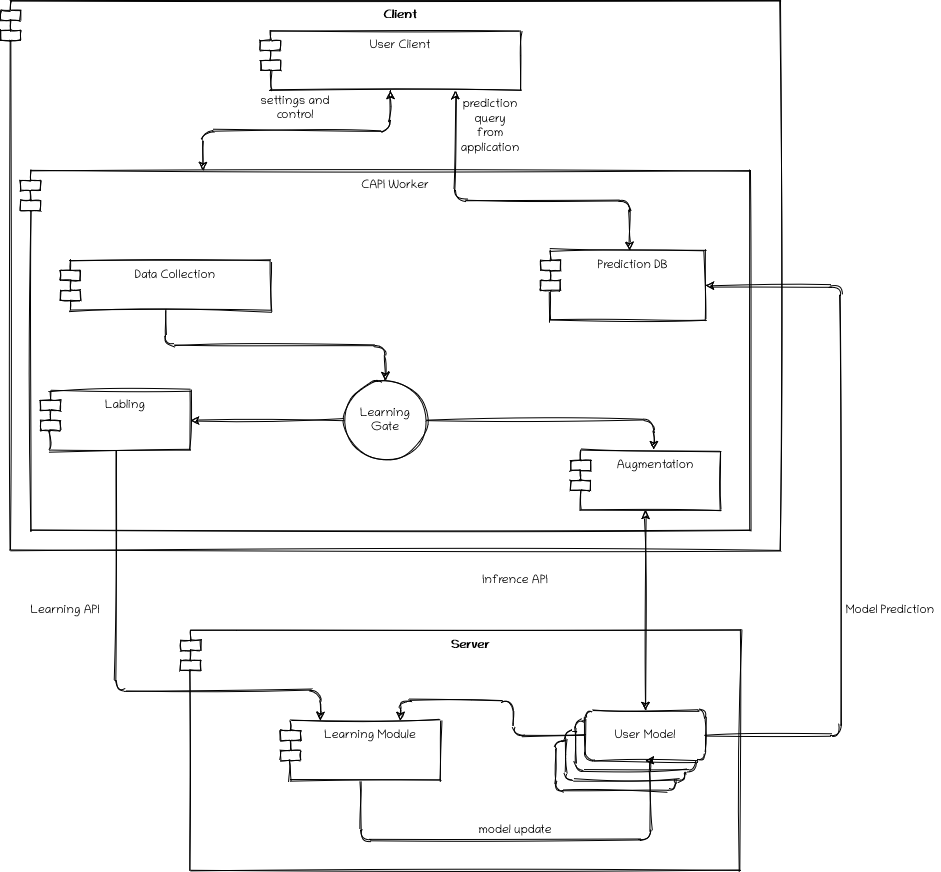
Above: doc/diagrams/platform_architecture.png in capi-bgu/oratio (draw.io), before the change. Source tidied: cells renumbered, new cells last; positions are measured from the earlier drawing's top-left corner, leaving out a move shared by most shapes.
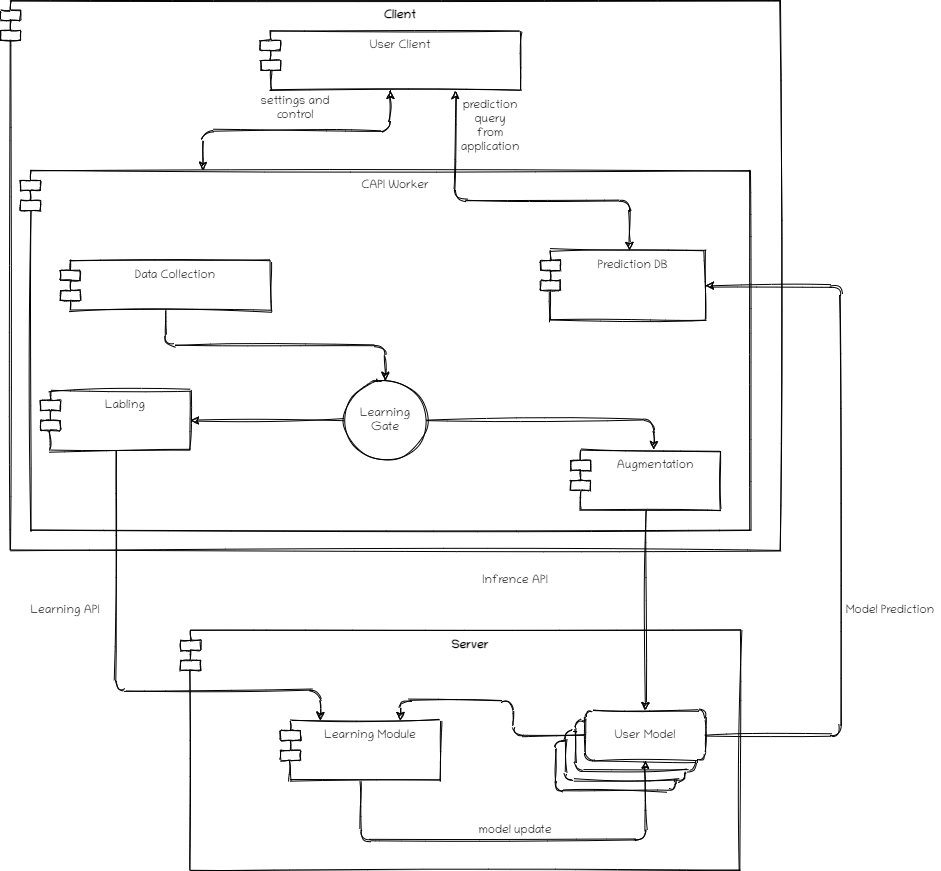
After the change.

Commit message:
fixed grammer in project overview

What changed in the source:
```diff
@@ -2,19 +2,19 @@
   <root>
     <mxCell id="0" />
     <mxCell id="1" parent="0" />
-    <mxCell id="2" value="Client" style="shape=module;align=left;spacingLeft=20;align=center;verticalAlign=top;fontStyle=1;rounded=1;sketch=1;fontFamily=Chilanka;fontSource=https%3A%2F%2Ffonts.googleapis.com%2Fcss%3Ffamily%3DChilanka;" parent="1" vertex="1">
+    <mxCell id="2" value="Client" style="shape=module;align=left;spacingLeft=20;align=center;verticalAlign=top;fontStyle=1;fontFamily=Chilanka;fontSource=https%3A%2F%2Ffonts.googleapis.com%2Fcss%3Ffamily%3DChilanka;rounded=1;sketch=1;" parent="1" vertex="1">
       <mxGeometry width="780" height="550" as="geometry" />
     </mxCell>
-    <mxCell id="3" value="CAPI Worker" style="shape=module;align=left;spacingLeft=20;align=center;verticalAlign=top;rounded=1;sketch=1;fontFamily=Chilanka;fontSource=https%3A%2F%2Ffonts.googleapis.com%2Fcss%3Ffamily%3DChilanka;" parent="1" vertex="1">
+    <mxCell id="3" value="CAPI Worker" style="shape=module;align=left;spacingLeft=20;align=center;verticalAlign=top;fontFamily=Chilanka;fontSource=https%3A%2F%2Ffonts.googleapis.com%2Fcss%3Ffamily%3DChilanka;rounded=1;sketch=1;" parent="1" vertex="1">
       <mxGeometry x="20" y="170" width="730" height="360" as="geometry" />
     </mxCell>
-    <mxCell id="4" value="Server" style="shape=module;align=left;spacingLeft=20;align=center;verticalAlign=top;fontStyle=1;rounded=1;sketch=1;fontFamily=Chilanka;fontSource=https%3A%2F%2Ffonts.googleapis.com%2Fcss%3Ffamily%3DChilanka;" parent="1" vertex="1">
+    <mxCell id="4" value="Server" style="shape=module;align=left;spacingLeft=20;align=center;verticalAlign=top;fontStyle=1;fontFamily=Chilanka;fontSource=https%3A%2F%2Ffonts.googleapis.com%2Fcss%3Ffamily%3DChilanka;rounded=1;sketch=1;" parent="1" vertex="1">
       <mxGeometry x="180" y="630" width="560" height="240" as="geometry" />
     </mxCell>
-    <mxCell id="5" style="edgeStyle=orthogonalEdgeStyle;jettySize=auto;html=1;exitX=0.5;exitY=1;exitDx=0;exitDy=0;entryX=0.25;entryY=0;entryDx=0;entryDy=0;startArrow=classic;startFill=1;sketch=1;fontFamily=Chilanka;fontSource=https%3A%2F%2Ffonts.googleapis.com%2Fcss%3Ffamily%3DChilanka;" parent="1" edge="1" source="7" target="3">
+    <mxCell id="5" style="edgeStyle=orthogonalEdgeStyle;jettySize=auto;html=1;exitX=0.5;exitY=1;exitDx=0;exitDy=0;entryX=0.25;entryY=0;entryDx=0;entryDy=0;startArrow=classic;startFill=1;fontFamily=Chilanka;fontSource=https%3A%2F%2Ffonts.googleapis.com%2Fcss%3Ffamily%3DChilanka;sketch=1;" parent="1" edge="1" source="7" target="3">
       <mxGeometry relative="1" as="geometry" />
     </mxCell>
-    <mxCell id="6" style="edgeStyle=orthogonalEdgeStyle;jettySize=auto;html=1;exitX=0.75;exitY=1;exitDx=0;exitDy=0;entryX=0.54;entryY=-0.002;entryDx=0;entryDy=0;entryPerimeter=0;startArrow=classic;startFill=1;sketch=1;fontFamily=Chilanka;fontSource=https%3A%2F%2Ffonts.googleapis.com%2Fcss%3Ffamily%3DChilanka;" parent="1" edge="1" source="7" target="21">
+    <mxCell id="6" style="edgeStyle=orthogonalEdgeStyle;jettySize=auto;html=1;exitX=0.75;exitY=1;exitDx=0;exitDy=0;entryX=0.54;entryY=-0.002;entryDx=0;entryDy=0;entryPerimeter=0;startArrow=classic;startFill=1;fontFamily=Chilanka;fontSource=https%3A%2F%2Ffonts.googleapis.com%2Fcss%3Ffamily%3DChilanka;sketch=1;" parent="1" edge="1" source="7" target="21">
       <mxGeometry relative="1" as="geometry">
         <Array as="points">
           <mxPoint x="455" y="200" />
@@ -22,16 +22,16 @@
         </Array>
       </mxGeometry>
     </mxCell>
-    <mxCell id="7" value="User Client" style="shape=module;align=left;spacingLeft=20;align=center;verticalAlign=top;rounded=1;sketch=1;fontFamily=Chilanka;fontSource=https%3A%2F%2Ffonts.googleapis.com%2Fcss%3Ffamily%3DChilanka;" parent="1" vertex="1">
+    <mxCell id="7" value="User Client" style="shape=module;align=left;spacingLeft=20;align=center;verticalAlign=top;fontFamily=Chilanka;fontSource=https%3A%2F%2Ffonts.googleapis.com%2Fcss%3Ffamily%3DChilanka;rounded=1;sketch=1;" parent="1" vertex="1">
       <mxGeometry x="260" y="30" width="260" height="60" as="geometry" />
     </mxCell>
-    <mxCell id="8" value="Infrence API" style="text;html=1;strokeColor=none;fillColor=none;align=center;verticalAlign=middle;whiteSpace=wrap;rounded=1;sketch=1;fontFamily=Chilanka;fontSource=https%3A%2F%2Ffonts.googleapis.com%2Fcss%3Ffamily%3DChilanka;" parent="1" vertex="1">
+    <mxCell id="8" value="Infrence API" style="text;html=1;strokeColor=none;fillColor=none;align=center;verticalAlign=middle;whiteSpace=wrap;fontFamily=Chilanka;fontSource=https%3A%2F%2Ffonts.googleapis.com%2Fcss%3Ffamily%3DChilanka;rounded=1;sketch=1;" parent="1" vertex="1">
       <mxGeometry x="470" y="570" width="90" height="20" as="geometry" />
     </mxCell>
-    <mxCell id="9" value="Data Collection" style="shape=module;align=left;spacingLeft=20;align=center;verticalAlign=top;rounded=1;sketch=1;fontFamily=Chilanka;fontSource=https%3A%2F%2Ffonts.googleapis.com%2Fcss%3Ffamily%3DChilanka;" parent="1" vertex="1">
+    <mxCell id="9" value="Data Collection" style="shape=module;align=left;spacingLeft=20;align=center;verticalAlign=top;fontFamily=Chilanka;fontSource=https%3A%2F%2Ffonts.googleapis.com%2Fcss%3Ffamily%3DChilanka;rounded=1;sketch=1;" parent="1" vertex="1">
       <mxGeometry x="60" y="260" width="210" height="50" as="geometry" />
     </mxCell>
-    <mxCell id="10" style="edgeStyle=orthogonalEdgeStyle;jettySize=auto;html=1;exitX=0.5;exitY=1;exitDx=0;exitDy=0;sketch=1;fontFamily=Chilanka;fontSource=https%3A%2F%2Ffonts.googleapis.com%2Fcss%3Ffamily%3DChilanka;entryX=0.25;entryY=0;entryDx=0;entryDy=0;" parent="1" edge="1" source="11" target="28">
+    <mxCell id="10" style="edgeStyle=orthogonalEdgeStyle;jettySize=auto;html=1;exitX=0.5;exitY=1;exitDx=0;exitDy=0;fontFamily=Chilanka;fontSource=https%3A%2F%2Ffonts.googleapis.com%2Fcss%3Ffamily%3DChilanka;entryX=0.25;entryY=0;entryDx=0;entryDy=0;sketch=1;" parent="1" edge="1" source="11" target="28">
       <mxGeometry relative="1" as="geometry">
         <Array as="points">
           <mxPoint x="115" y="690" />
@@ -39,72 +39,72 @@
         </Array>
       </mxGeometry>
     </mxCell>
-    <mxCell id="11" value="Labling" style="shape=module;align=left;spacingLeft=20;align=center;verticalAlign=top;rounded=1;sketch=1;fontFamily=Chilanka;fontSource=https%3A%2F%2Ffonts.googleapis.com%2Fcss%3Ffamily%3DChilanka;" parent="1" vertex="1">
+    <mxCell id="11" value="Labling" style="shape=module;align=left;spacingLeft=20;align=center;verticalAlign=top;fontFamily=Chilanka;fontSource=https%3A%2F%2Ffonts.googleapis.com%2Fcss%3Ffamily%3DChilanka;rounded=1;sketch=1;" parent="1" vertex="1">
       <mxGeometry x="40" y="390" width="150" height="60" as="geometry" />
     </mxCell>
-    <mxCell id="12" style="edgeStyle=orthogonalEdgeStyle;rounded=0;sketch=1;jettySize=auto;html=1;exitX=0.5;exitY=1;exitDx=0;exitDy=0;entryX=0.5;entryY=0;entryDx=0;entryDy=0;startArrow=classic;startFill=1;fontFamily=Chilanka;fontSource=https%3A%2F%2Ffonts.googleapis.com%2Fcss%3Ffamily%3DChilanka;" parent="1" edge="1" source="13" target="26">
+    <mxCell id="12" style="edgeStyle=orthogonalEdgeStyle;jettySize=auto;html=1;exitX=0.5;exitY=1;exitDx=0;exitDy=0;entryX=0.5;entryY=0;entryDx=0;entryDy=0;startArrow=none;startFill=0;endArrow=classic;endFill=1;sketch=1;" parent="1" edge="1" source="13" target="26">
       <mxGeometry relative="1" as="geometry" />
     </mxCell>
-    <mxCell id="13" value="Augmentation" style="shape=module;align=left;spacingLeft=20;align=center;verticalAlign=top;rounded=1;sketch=1;fontFamily=Chilanka;fontSource=https%3A%2F%2Ffonts.googleapis.com%2Fcss%3Ffamily%3DChilanka;" parent="1" vertex="1">
+    <mxCell id="13" value="Augmentation" style="shape=module;align=left;spacingLeft=20;align=center;verticalAlign=top;fontFamily=Chilanka;fontSource=https%3A%2F%2Ffonts.googleapis.com%2Fcss%3Ffamily%3DChilanka;rounded=1;sketch=1;" parent="1" vertex="1">
       <mxGeometry x="570" y="450" width="150" height="60" as="geometry" />
     </mxCell>
-    <mxCell id="14" value="Learning API" style="text;html=1;strokeColor=none;fillColor=none;align=center;verticalAlign=middle;whiteSpace=wrap;rounded=1;sketch=1;fontFamily=Chilanka;fontSource=https%3A%2F%2Ffonts.googleapis.com%2Fcss%3Ffamily%3DChilanka;" parent="1" vertex="1">
+    <mxCell id="14" value="Learning API" style="text;html=1;strokeColor=none;fillColor=none;align=center;verticalAlign=middle;whiteSpace=wrap;fontFamily=Chilanka;fontSource=https%3A%2F%2Ffonts.googleapis.com%2Fcss%3Ffamily%3DChilanka;rounded=1;sketch=1;" parent="1" vertex="1">
       <mxGeometry x="20" y="600" width="90" height="20" as="geometry" />
     </mxCell>
-    <mxCell id="15" style="edgeStyle=orthogonalEdgeStyle;jettySize=auto;html=1;exitX=0;exitY=0.5;exitDx=0;exitDy=0;sketch=1;fontFamily=Chilanka;fontSource=https%3A%2F%2Ffonts.googleapis.com%2Fcss%3Ffamily%3DChilanka;" parent="1" edge="1" source="17" target="11">
+    <mxCell id="15" style="edgeStyle=orthogonalEdgeStyle;jettySize=auto;html=1;exitX=0;exitY=0.5;exitDx=0;exitDy=0;fontFamily=Chilanka;fontSource=https%3A%2F%2Ffonts.googleapis.com%2Fcss%3Ffamily%3DChilanka;sketch=1;" parent="1" edge="1" source="17" target="11">
       <mxGeometry relative="1" as="geometry" />
     </mxCell>
-    <mxCell id="16" style="edgeStyle=orthogonalEdgeStyle;jettySize=auto;html=1;exitX=1;exitY=0.5;exitDx=0;exitDy=0;entryX=0.556;entryY=-0.016;entryDx=0;entryDy=0;entryPerimeter=0;sketch=1;fontFamily=Chilanka;fontSource=https%3A%2F%2Ffonts.googleapis.com%2Fcss%3Ffamily%3DChilanka;" parent="1" edge="1" source="17" target="13">
+    <mxCell id="16" style="edgeStyle=orthogonalEdgeStyle;jettySize=auto;html=1;exitX=1;exitY=0.5;exitDx=0;exitDy=0;entryX=0.556;entryY=-0.016;entryDx=0;entryDy=0;entryPerimeter=0;fontFamily=Chilanka;fontSource=https%3A%2F%2Ffonts.googleapis.com%2Fcss%3Ffamily%3DChilanka;sketch=1;" parent="1" edge="1" source="17" target="13">
       <mxGeometry relative="1" as="geometry" />
     </mxCell>
-    <mxCell id="17" style="ellipse;whiteSpace=wrap;html=1;rounded=1;sketch=1;fontFamily=Chilanka;fontSource=https%3A%2F%2Ffonts.googleapis.com%2Fcss%3Ffamily%3DChilanka;" parent="1" vertex="1">
+    <mxCell id="17" style="ellipse;whiteSpace=wrap;html=1;fontFamily=Chilanka;fontSource=https%3A%2F%2Ffonts.googleapis.com%2Fcss%3Ffamily%3DChilanka;rounded=1;sketch=1;" parent="1" vertex="1">
       <mxGeometry x="345" y="380" width="80" height="80" as="geometry" />
     </mxCell>
-    <mxCell id="18" style="edgeStyle=orthogonalEdgeStyle;jettySize=auto;html=1;exitX=0.5;exitY=1;exitDx=0;exitDy=0;entryX=0.5;entryY=0;entryDx=0;entryDy=0;sketch=1;fontFamily=Chilanka;fontSource=https%3A%2F%2Ffonts.googleapis.com%2Fcss%3Ffamily%3DChilanka;" parent="1" edge="1" source="9" target="17">
+    <mxCell id="18" style="edgeStyle=orthogonalEdgeStyle;jettySize=auto;html=1;exitX=0.5;exitY=1;exitDx=0;exitDy=0;entryX=0.5;entryY=0;entryDx=0;entryDy=0;fontFamily=Chilanka;fontSource=https%3A%2F%2Ffonts.googleapis.com%2Fcss%3Ffamily%3DChilanka;sketch=1;" parent="1" edge="1" source="9" target="17">
       <mxGeometry relative="1" as="geometry" />
     </mxCell>
-    <mxCell id="19" value="Learning Gate" style="text;html=1;strokeColor=none;fillColor=none;align=center;verticalAlign=middle;whiteSpace=wrap;rounded=1;sketch=1;fontFamily=Chilanka;fontSource=https%3A%2F%2Ffonts.googleapis.com%2Fcss%3Ffamily%3DChilanka;" parent="1" vertex="1">
+    <mxCell id="19" value="Learning Gate" style="text;html=1;strokeColor=none;fillColor=none;align=center;verticalAlign=middle;whiteSpace=wrap;fontFamily=Chilanka;fontSource=https%3A%2F%2Ffonts.googleapis.com%2Fcss%3Ffamily%3DChilanka;rounded=1;sketch=1;" parent="1" vertex="1">
       <mxGeometry x="365" y="410" width="40" height="20" as="geometry" />
     </mxCell>
-    <mxCell id="20" style="edgeStyle=orthogonalEdgeStyle;orthogonalLoop=1;jettySize=auto;html=1;exitX=0.5;exitY=1;exitDx=0;exitDy=0;sketch=1;fontFamily=Chilanka;fontSource=https%3A%2F%2Ffonts.googleapis.com%2Fcss%3Ffamily%3DChilanka;" parent="1" edge="1" source="7" target="7">
+    <mxCell id="20" style="edgeStyle=orthogonalEdgeStyle;orthogonalLoop=1;jettySize=auto;html=1;exitX=0.5;exitY=1;exitDx=0;exitDy=0;fontFamily=Chilanka;fontSource=https%3A%2F%2Ffonts.googleapis.com%2Fcss%3Ffamily%3DChilanka;sketch=1;" parent="1" edge="1" source="7" target="7">
       <mxGeometry relative="1" as="geometry" />
     </mxCell>
-    <mxCell id="21" value="Prediction DB" style="shape=module;align=left;spacingLeft=20;align=center;verticalAlign=top;rounded=1;sketch=1;fontFamily=Chilanka;fontSource=https%3A%2F%2Ffonts.googleapis.com%2Fcss%3Ffamily%3DChilanka;" parent="1" vertex="1">
+    <mxCell id="21" value="Prediction DB" style="shape=module;align=left;spacingLeft=20;align=center;verticalAlign=top;fontFamily=Chilanka;fontSource=https%3A%2F%2Ffonts.googleapis.com%2Fcss%3Ffamily%3DChilanka;rounded=1;sketch=1;" parent="1" vertex="1">
       <mxGeometry x="540" y="250" width="165" height="70" as="geometry" />
     </mxCell>
-    <mxCell id="22" style="group;rounded=1;sketch=1;fontFamily=Chilanka;fontSource=https%3A%2F%2Ffonts.googleapis.com%2Fcss%3Ffamily%3DChilanka;" parent="1" vertex="1">
+    <mxCell id="22" style="group;fontFamily=Chilanka;fontSource=https%3A%2F%2Ffonts.googleapis.com%2Fcss%3Ffamily%3DChilanka;rounded=1;sketch=1;" parent="1" vertex="1">
       <mxGeometry x="555" y="710" width="150" height="80" as="geometry" />
     </mxCell>
-    <mxCell id="23" style="whiteSpace=wrap;html=1;rounded=1;sketch=1;fontFamily=Chilanka;fontSource=https%3A%2F%2Ffonts.googleapis.com%2Fcss%3Ffamily%3DChilanka;" parent="22" vertex="1">
+    <mxCell id="23" style="whiteSpace=wrap;html=1;fontFamily=Chilanka;fontSource=https%3A%2F%2Ffonts.googleapis.com%2Fcss%3Ffamily%3DChilanka;rounded=1;sketch=1;" parent="22" vertex="1">
       <mxGeometry y="30" width="120" height="50" as="geometry" />
     </mxCell>
-    <mxCell id="24" style="whiteSpace=wrap;html=1;rounded=1;sketch=1;fontFamily=Chilanka;fontSource=https%3A%2F%2Ffonts.googleapis.com%2Fcss%3Ffamily%3DChilanka;" parent="22" vertex="1">
+    <mxCell id="24" style="whiteSpace=wrap;html=1;fontFamily=Chilanka;fontSource=https%3A%2F%2Ffonts.googleapis.com%2Fcss%3Ffamily%3DChilanka;rounded=1;sketch=1;" parent="22" vertex="1">
       <mxGeometry x="10" y="20" width="120" height="50" as="geometry" />
     </mxCell>
-    <mxCell id="25" style="whiteSpace=wrap;html=1;rounded=1;sketch=1;fontFamily=Chilanka;fontSource=https%3A%2F%2Ffonts.googleapis.com%2Fcss%3Ffamily%3DChilanka;" parent="22" vertex="1">
+    <mxCell id="25" style="whiteSpace=wrap;html=1;fontFamily=Chilanka;fontSource=https%3A%2F%2Ffonts.googleapis.com%2Fcss%3Ffamily%3DChilanka;rounded=1;sketch=1;" parent="22" vertex="1">
       <mxGeometry x="20" y="10" width="120" height="50" as="geometry" />
     </mxCell>
-    <mxCell id="26" value="User Model" style="whiteSpace=wrap;html=1;rounded=1;sketch=1;fontFamily=Chilanka;fontSource=https%3A%2F%2Ffonts.googleapis.com%2Fcss%3Ffamily%3DChilanka;" parent="22" vertex="1">
+    <mxCell id="26" value="User Model" style="whiteSpace=wrap;html=1;fontFamily=Chilanka;fontSource=https%3A%2F%2Ffonts.googleapis.com%2Fcss%3Ffamily%3DChilanka;rounded=1;sketch=1;" parent="22" vertex="1">
       <mxGeometry x="30" width="120" height="50" as="geometry" />
     </mxCell>
-    <mxCell id="27" style="edgeStyle=orthogonalEdgeStyle;jettySize=auto;html=1;exitX=0.5;exitY=1;exitDx=0;exitDy=0;entryX=0.5;entryY=1;entryDx=0;entryDy=0;sketch=1;fontFamily=Chilanka;fontSource=https%3A%2F%2Ffonts.googleapis.com%2Fcss%3Ffamily%3DChilanka;" parent="1" edge="1" source="28" target="26">
+    <mxCell id="27" style="edgeStyle=orthogonalEdgeStyle;jettySize=auto;html=1;exitX=0.5;exitY=1;exitDx=0;exitDy=0;entryX=0.5;entryY=1;entryDx=0;entryDy=0;fontFamily=Chilanka;fontSource=https%3A%2F%2Ffonts.googleapis.com%2Fcss%3Ffamily%3DChilanka;sketch=1;" parent="1" edge="1" source="28" target="26">
       <mxGeometry relative="1" as="geometry">
         <Array as="points">
           <mxPoint x="360" y="840" />
-          <mxPoint x="650" y="840" />
+          <mxPoint x="645" y="840" />
         </Array>
       </mxGeometry>
     </mxCell>
-    <mxCell id="28" value="Learning Module" style="shape=module;align=left;spacingLeft=20;align=center;verticalAlign=top;rounded=1;sketch=1;fontFamily=Chilanka;fontSource=https%3A%2F%2Ffonts.googleapis.com%2Fcss%3Ffamily%3DChilanka;" parent="1" vertex="1">
+    <mxCell id="28" value="Learning Module" style="shape=module;align=left;spacingLeft=20;align=center;verticalAlign=top;fontFamily=Chilanka;fontSource=https%3A%2F%2Ffonts.googleapis.com%2Fcss%3Ffamily%3DChilanka;rounded=1;sketch=1;" parent="1" vertex="1">
       <mxGeometry x="280" y="720" width="160" height="60" as="geometry" />
     </mxCell>
-    <mxCell id="29" style="edgeStyle=orthogonalEdgeStyle;jettySize=auto;html=1;exitX=0;exitY=0.5;exitDx=0;exitDy=0;entryX=0.75;entryY=0;entryDx=0;entryDy=0;sketch=1;fontFamily=Chilanka;fontSource=https%3A%2F%2Ffonts.googleapis.com%2Fcss%3Ffamily%3DChilanka;" parent="1" edge="1" source="26" target="28">
+    <mxCell id="29" style="edgeStyle=orthogonalEdgeStyle;jettySize=auto;html=1;exitX=0;exitY=0.5;exitDx=0;exitDy=0;entryX=0.75;entryY=0;entryDx=0;entryDy=0;fontFamily=Chilanka;fontSource=https%3A%2F%2Ffonts.googleapis.com%2Fcss%3Ffamily%3DChilanka;sketch=1;" parent="1" edge="1" source="26" target="28">
       <mxGeometry relative="1" as="geometry" />
     </mxCell>
-    <mxCell id="30" value="model update" style="text;html=1;strokeColor=none;fillColor=none;align=center;verticalAlign=middle;whiteSpace=wrap;rounded=1;sketch=1;fontFamily=Chilanka;fontSource=https%3A%2F%2Ffonts.googleapis.com%2Fcss%3Ffamily%3DChilanka;" parent="1" vertex="1">
+    <mxCell id="30" value="model update" style="text;html=1;strokeColor=none;fillColor=none;align=center;verticalAlign=middle;whiteSpace=wrap;fontFamily=Chilanka;fontSource=https%3A%2F%2Ffonts.googleapis.com%2Fcss%3Ffamily%3DChilanka;rounded=1;sketch=1;" parent="1" vertex="1">
       <mxGeometry x="475" y="820" width="80" height="20" as="geometry" />
     </mxCell>
-    <mxCell id="31" style="edgeStyle=orthogonalEdgeStyle;jettySize=auto;html=1;entryX=1;entryY=0.5;entryDx=0;entryDy=0;sketch=1;fontFamily=Chilanka;fontSource=https%3A%2F%2Ffonts.googleapis.com%2Fcss%3Ffamily%3DChilanka;" parent="1" edge="1" source="26" target="21">
+    <mxCell id="31" style="edgeStyle=orthogonalEdgeStyle;jettySize=auto;html=1;entryX=1;entryY=0.5;entryDx=0;entryDy=0;fontFamily=Chilanka;fontSource=https%3A%2F%2Ffonts.googleapis.com%2Fcss%3Ffamily%3DChilanka;sketch=1;" parent="1" edge="1" source="26" target="21">
       <mxGeometry relative="1" as="geometry">
         <Array as="points">
           <mxPoint x="840" y="735" />
@@ -112,13 +112,13 @@
         </Array>
       </mxGeometry>
     </mxCell>
-    <mxCell id="32" value="Model Prediction" style="text;html=1;strokeColor=none;fillColor=none;align=center;verticalAlign=middle;whiteSpace=wrap;rounded=1;sketch=1;fontFamily=Chilanka;fontSource=https%3A%2F%2Ffonts.googleapis.com%2Fcss%3Ffamily%3DChilanka;" parent="1" vertex="1">
+    <mxCell id="32" value="Model Prediction" style="text;html=1;strokeColor=none;fillColor=none;align=center;verticalAlign=middle;whiteSpace=wrap;fontFamily=Chilanka;fontSource=https%3A%2F%2Ffonts.googleapis.com%2Fcss%3Ffamily%3DChilanka;rounded=1;sketch=1;" parent="1" vertex="1">
       <mxGeometry x="840" y="600" width="100" height="20" as="geometry" />
     </mxCell>
-    <mxCell id="33" value="settings and control" style="text;html=1;strokeColor=none;fillColor=none;align=center;verticalAlign=middle;whiteSpace=wrap;rounded=1;sketch=1;fontFamily=Chilanka;fontSource=https%3A%2F%2Ffonts.googleapis.com%2Fcss%3Ffamily%3DChilanka;" parent="1" vertex="1">
+    <mxCell id="33" value="settings and control" style="text;html=1;strokeColor=none;fillColor=none;align=center;verticalAlign=middle;whiteSpace=wrap;fontFamily=Chilanka;fontSource=https%3A%2F%2Ffonts.googleapis.com%2Fcss%3Ffamily%3DChilanka;rounded=1;sketch=1;" parent="1" vertex="1">
       <mxGeometry x="240" y="98" width="110" height="20" as="geometry" />
     </mxCell>
-    <mxCell id="34" value="prediction query from application" style="text;html=1;strokeColor=none;fillColor=none;align=center;verticalAlign=middle;whiteSpace=wrap;rounded=1;sketch=1;fontFamily=Chilanka;fontSource=https%3A%2F%2Ffonts.googleapis.com%2Fcss%3Ffamily%3DChilanka;" parent="1" vertex="1">
+    <mxCell id="34" value="prediction query from application" style="text;html=1;strokeColor=none;fillColor=none;align=center;verticalAlign=middle;whiteSpace=wrap;fontFamily=Chilanka;fontSource=https%3A%2F%2Ffonts.googleapis.com%2Fcss%3Ffamily%3DChilanka;rounded=1;sketch=1;" parent="1" vertex="1">
       <mxGeometry x="470" y="116" width="40" height="20" as="geometry" />
     </mxCell>
   </root>
```
